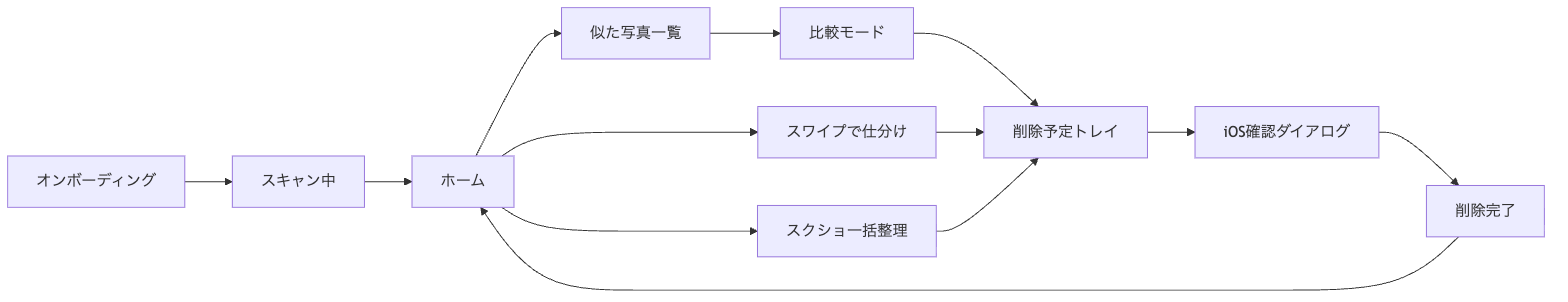
The Mermaid diagram docs/figure/ui-navigation.png in Tomopu/similar-photo-cleaner, before a commit. Its source is kept beside it as docs/figure/src/ui-navigation.mmd.
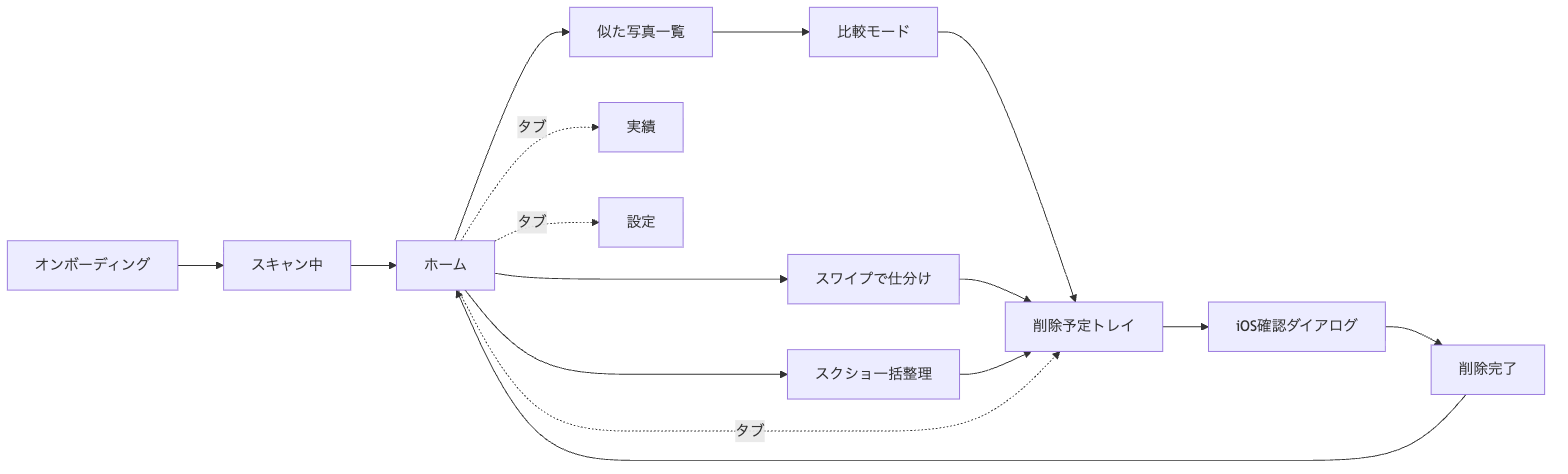
The same file after the commit.

Change to the diagram source:
```diff
@@ -11,3 +11,6 @@
   T --> H[iOS確認ダイアログ]
   H --> I[削除完了]
   I --> C
+  C -. タブ .-> T
+  C -. タブ .-> J[実績]
+  C -. タブ .-> K[設定]
```
